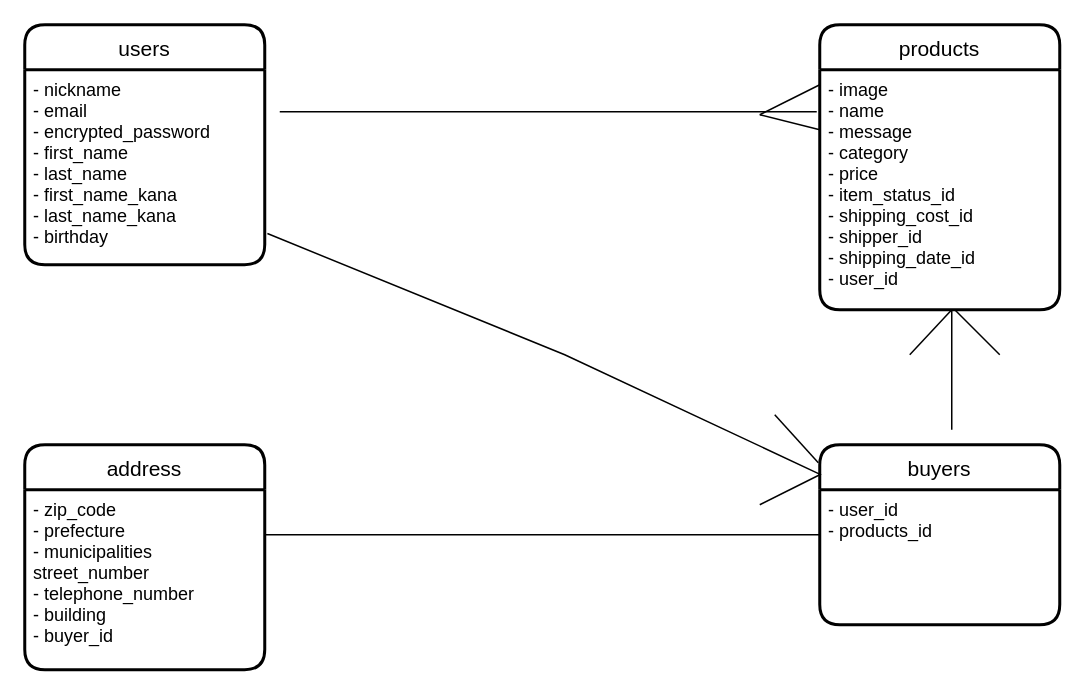
Above: furima.dio in takutossan/furima-36231 (draw.io), before the change. Source tidied: cells renumbered, new cells numbered last; positions are measured from the earlier drawing's top-left corner, leaving out a move shared by most shapes. Both pictures are drawn from the tidied source at 150%, with x=0, y=0 at pixel (24, 24).
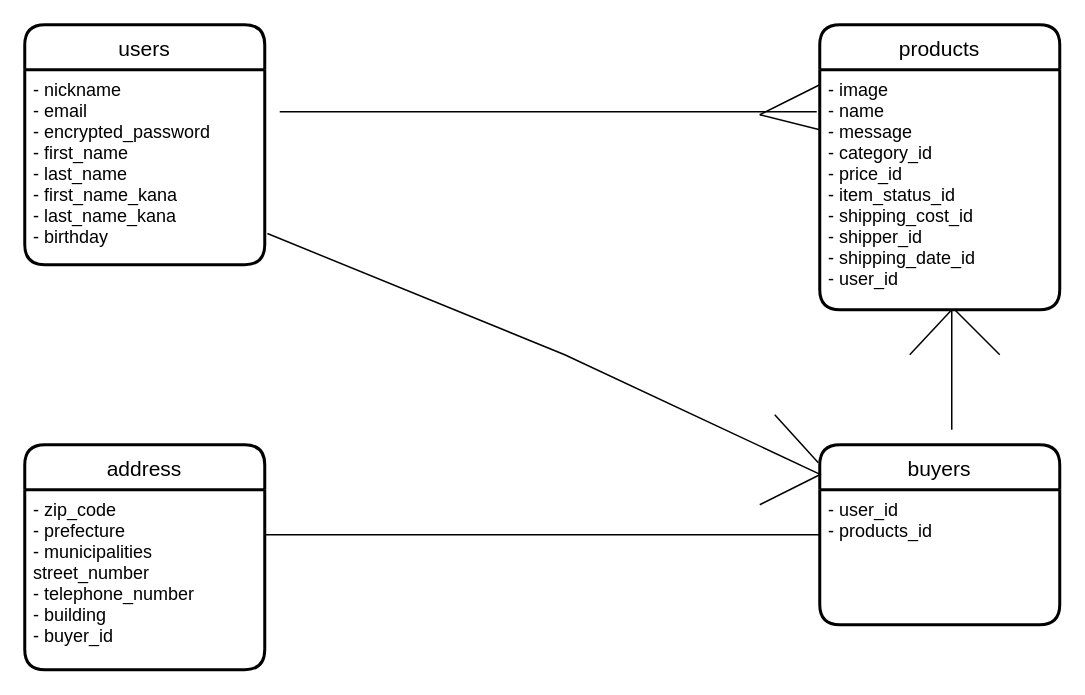
The same diagram, later.

Commit message (it also covers changes not shown here):
データベース設計修正3

Unchanged cells that the change refers to:
```xml
<mxCell id="4" value="products" style="swimlane;horizontal=1;startSize=30;rounded=1;fontSize=14;fontStyle=0;strokeWidth=2;shadow=0;dashed=0;align=center;" parent="1" vertex="1">
  <mxGeometry x="530" width="160" height="190" as="geometry" />
</mxCell>
```

What changed in the source:
```diff
@@
-    <mxCell id="5" value="- image&#10;- name&#10;- message&#10;- category&#10;- price&#10;- item_status_id&#10;- shipping_cost_id&#10;- shipper_id&#10;- shipping_date_id&#10;- user_id&#10;" style="align=left;strokeColor=none;fillColor=none;spacingLeft=4;fontSize=12;verticalAlign=top;" parent="4" vertex="1">
+    <mxCell id="5" value="- image&#10;- name&#10;- message&#10;- category_id&#10;- price_id&#10;- item_status_id&#10;- shipping_cost_id&#10;- shipper_id&#10;- shipping_date_id&#10;- user_id&#10;" style="align=left;strokeColor=none;fillColor=none;spacingLeft=4;fontSize=12;verticalAlign=top;" parent="4" vertex="1">
       <mxGeometry y="30" width="160" height="160" as="geometry" />
     </mxCell>
```
